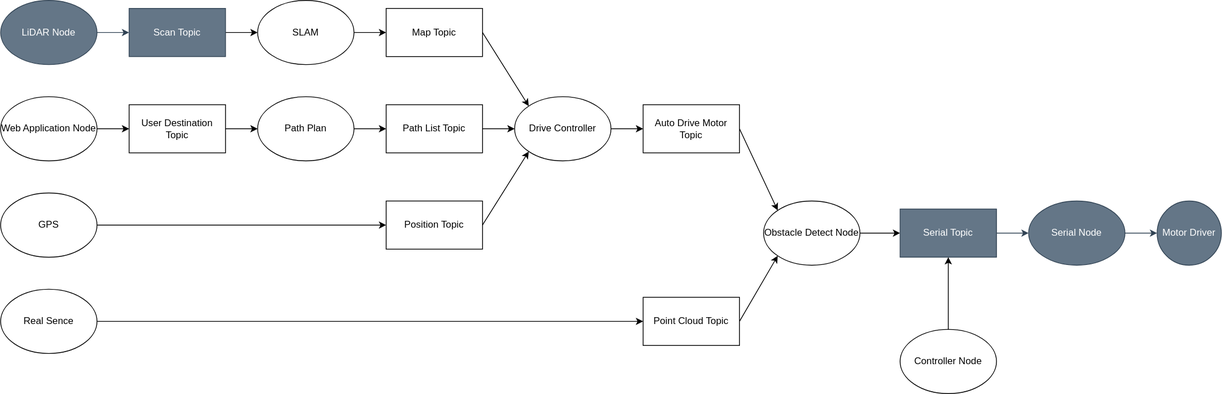
Before: 構成図.drawio.svg, a diagram exported from draw.io (iCCD-MovingBoard/Ugokuita_ws). Source tidied: cells renumbered, new cells last; positions are measured from the earlier drawing's top-left corner, leaving out a move shared by most shapes.
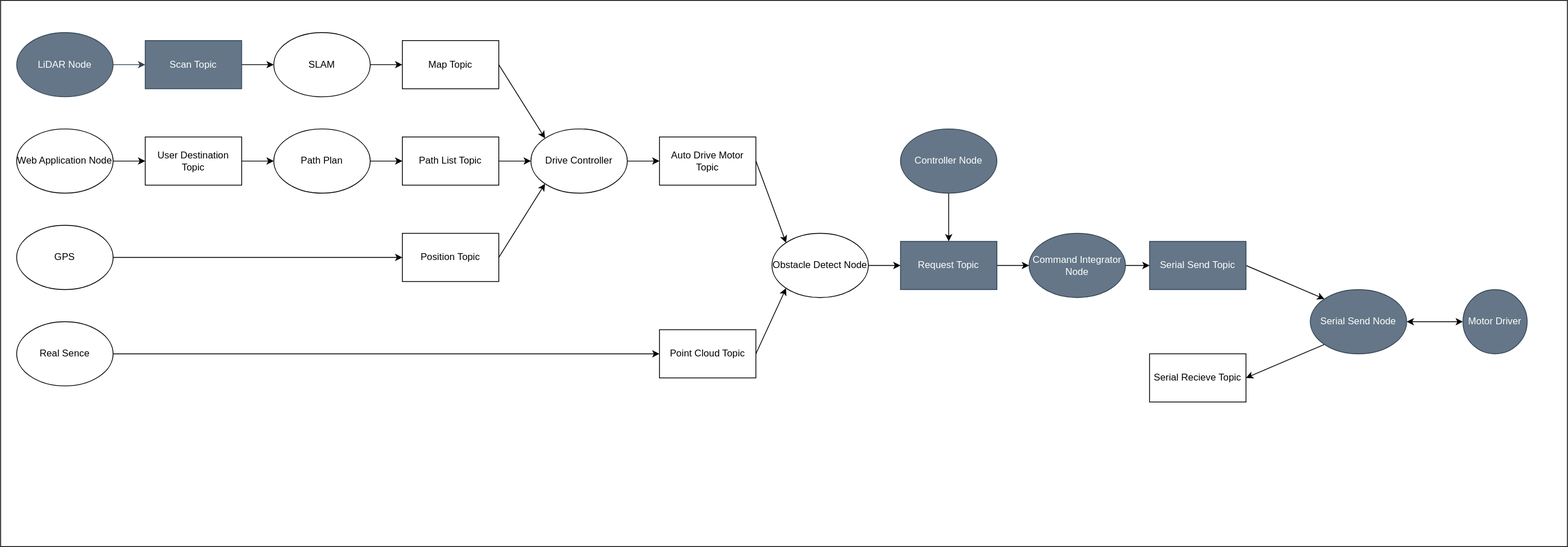
After the commit.

Commit message:
構造図を更新

Diff of the diagram source:
```diff
@@ -2,6 +2,9 @@
   <root>
     <mxCell id="0" />
     <mxCell id="1" parent="0" />
+    <mxCell id="39" style="rounded=0;whiteSpace=wrap;html=1;" parent="1" vertex="1">
+      <mxGeometry x="-20" y="-40" width="1950" height="680" as="geometry" />
+    </mxCell>
     <mxCell id="2" style="edgeStyle=none;html=1;exitX=1;exitY=0.5;exitDx=0;exitDy=0;entryX=0;entryY=0.5;entryDx=0;entryDy=0;fillColor=#647687;strokeColor=#314354;" parent="1" edge="1" source="3" target="11">
       <mxGeometry relative="1" as="geometry" />
     </mxCell>
@@ -74,11 +77,11 @@
     <mxCell id="25" value="Auto Drive Motor Topic" style="rounded=0;whiteSpace=wrap;html=1;" parent="1" vertex="1">
       <mxGeometry x="800" y="130" width="120" height="60" as="geometry" />
     </mxCell>
-    <mxCell id="26" style="edgeStyle=none;html=1;exitX=1;exitY=0.5;exitDx=0;exitDy=0;entryX=0;entryY=0.5;entryDx=0;entryDy=0;" parent="1" edge="1" source="27" target="33">
-      <mxGeometry relative="1" as="geometry" />
-    </mxCell>
+    <mxCell id="40" style="edgeStyle=none;html=1;exitX=1;exitY=0.5;exitDx=0;exitDy=0;entryX=0;entryY=0.5;entryDx=0;entryDy=0;" parent="1" edge="1" source="27" target="45">
+      <mxGeometry relative="1" as="geometry" />
+    </mxCell>
     <mxCell id="27" value="Obstacle Detect Node" style="ellipse;whiteSpace=wrap;html=1;" parent="1" vertex="1">
-      <mxGeometry x="950" y="250" width="120" height="80" as="geometry" />
+      <mxGeometry x="940" y="250" width="120" height="80" as="geometry" />
     </mxCell>
     <mxCell id="28" style="edgeStyle=none;html=1;exitX=1;exitY=0.5;exitDx=0;exitDy=0;entryX=0;entryY=1;entryDx=0;entryDy=0;" parent="1" edge="1" source="29" target="27">
       <mxGeometry relative="1" as="geometry" />
@@ -92,26 +95,44 @@
     <mxCell id="31" value="Real Sence" style="ellipse;whiteSpace=wrap;html=1;" parent="1" vertex="1">
       <mxGeometry y="360" width="120" height="80" as="geometry" />
     </mxCell>
-    <mxCell id="32" style="edgeStyle=none;html=1;exitX=1;exitY=0.5;exitDx=0;exitDy=0;entryX=0;entryY=0.5;entryDx=0;entryDy=0;fillColor=#647687;strokeColor=#314354;" parent="1" edge="1" source="33" target="35">
+    <mxCell id="32" style="edgeStyle=none;html=1;exitX=1;exitY=0.5;exitDx=0;exitDy=0;entryX=0;entryY=0;entryDx=0;entryDy=0;" parent="1" edge="1" source="33" target="35">
       <mxGeometry relative="1" as="geometry" />
     </mxCell>
-    <mxCell id="33" value="Serial Topic" style="rounded=0;whiteSpace=wrap;html=1;fillColor=#647687;fontColor=#ffffff;strokeColor=#314354;" parent="1" vertex="1">
-      <mxGeometry x="1120" y="260" width="120" height="60" as="geometry" />
+    <mxCell id="33" value="Serial Send&amp;nbsp;Topic" style="rounded=0;whiteSpace=wrap;html=1;fillColor=#647687;fontColor=#ffffff;strokeColor=#314354;" parent="1" vertex="1">
+      <mxGeometry x="1410" y="260" width="120" height="60" as="geometry" />
     </mxCell>
-    <mxCell id="34" style="edgeStyle=none;html=1;exitX=1;exitY=0.5;exitDx=0;exitDy=0;entryX=0;entryY=0.5;entryDx=0;entryDy=0;fillColor=#647687;strokeColor=#314354;" parent="1" edge="1" source="35" target="36">
+    <mxCell id="34" style="edgeStyle=none;html=1;exitX=1;exitY=0.5;exitDx=0;exitDy=0;entryX=0;entryY=0.5;entryDx=0;entryDy=0;startArrow=classic;startFill=1;" parent="1" edge="1" source="35" target="36">
       <mxGeometry relative="1" as="geometry" />
     </mxCell>
+    <mxCell id="41" style="edgeStyle=none;html=1;exitX=0;exitY=1;exitDx=0;exitDy=0;entryX=1;entryY=0.5;entryDx=0;entryDy=0;" parent="1" edge="1" source="35" target="46">
+      <mxGeometry relative="1" as="geometry" />
+    </mxCell>
-    <mxCell id="35" value="Serial Node" style="ellipse;whiteSpace=wrap;html=1;fillColor=#647687;fontColor=#ffffff;strokeColor=#314354;" parent="1" vertex="1">
-      <mxGeometry x="1280" y="250" width="120" height="80" as="geometry" />
+    <mxCell id="35" value="Serial Send Node" style="ellipse;whiteSpace=wrap;html=1;fillColor=#647687;fontColor=#ffffff;strokeColor=#314354;" parent="1" vertex="1">
+      <mxGeometry x="1610" y="320" width="120" height="80" as="geometry" />
     </mxCell>
     <mxCell id="36" value="Motor Driver" style="ellipse;whiteSpace=wrap;html=1;fillColor=#647687;fontColor=#ffffff;strokeColor=#314354;" parent="1" vertex="1">
-      <mxGeometry x="1440" y="250" width="80" height="80" as="geometry" />
+      <mxGeometry x="1800" y="320" width="80" height="80" as="geometry" />
     </mxCell>
+    <mxCell id="42" style="edgeStyle=none;html=1;exitX=0.5;exitY=1;exitDx=0;exitDy=0;entryX=0.5;entryY=0;entryDx=0;entryDy=0;" parent="1" edge="1" source="38" target="45">
+      <mxGeometry relative="1" as="geometry" />
+    </mxCell>
+    <mxCell id="38" value="Controller Node" style="ellipse;whiteSpace=wrap;html=1;fillColor=#647687;fontColor=#ffffff;strokeColor=#314354;" parent="1" vertex="1">
+      <mxGeometry x="1100" y="120" width="120" height="80" as="geometry" />
+    </mxCell>
+    <mxCell id="43" style="edgeStyle=none;html=1;exitX=1;exitY=0.5;exitDx=0;exitDy=0;entryX=0;entryY=0.5;entryDx=0;entryDy=0;" parent="1" edge="1" source="37" target="33">
+      <mxGeometry relative="1" as="geometry" />
+    </mxCell>
-    <mxCell id="37" style="edgeStyle=none;html=1;exitX=0.5;exitY=0;exitDx=0;exitDy=0;entryX=0.5;entryY=1;entryDx=0;entryDy=0;" parent="1" edge="1" source="38" target="33">
-      <mxGeometry relative="1" as="geometry" />
+    <mxCell id="37" value="Command Integrator Node" style="ellipse;whiteSpace=wrap;html=1;fillColor=#647687;fontColor=#ffffff;strokeColor=#314354;" parent="1" vertex="1">
+      <mxGeometry x="1260" y="250" width="120" height="80" as="geometry" />
     </mxCell>
-    <mxCell id="38" value="Controller Node" style="ellipse;whiteSpace=wrap;html=1;" parent="1" vertex="1">
-      <mxGeometry x="1120" y="410" width="120" height="80" as="geometry" />
-    </mxCell>
+    <mxCell id="44" style="edgeStyle=none;html=1;exitX=1;exitY=0.5;exitDx=0;exitDy=0;entryX=0;entryY=0.5;entryDx=0;entryDy=0;" parent="1" edge="1" source="45" target="37">
+      <mxGeometry relative="1" as="geometry" />
+    </mxCell>
+    <mxCell id="45" value="Request Topic" style="rounded=0;whiteSpace=wrap;html=1;fillColor=#647687;fontColor=#ffffff;strokeColor=#314354;" parent="1" vertex="1">
+      <mxGeometry x="1100" y="260" width="120" height="60" as="geometry" />
+    </mxCell>
+    <mxCell id="46" value="Serial Recieve Topic" style="rounded=0;whiteSpace=wrap;html=1;" parent="1" vertex="1">
+      <mxGeometry x="1410" y="400" width="120" height="60" as="geometry" />
+    </mxCell>
   </root>
 </mxGraphModel>
```
